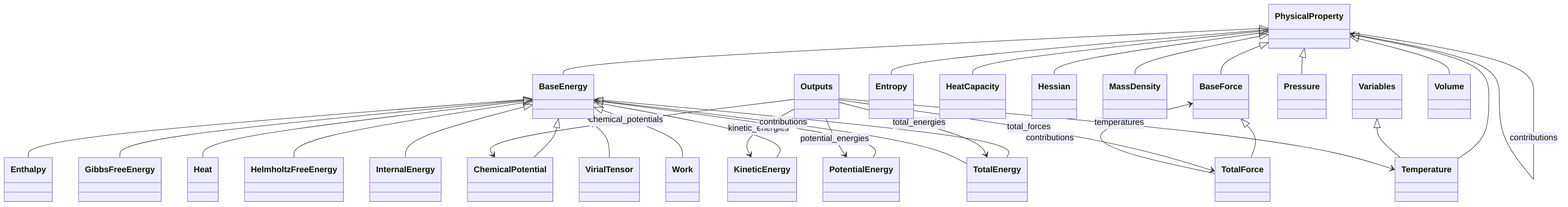
FAIRmat-NFDI/nomad-simulations keeps this Mermaid diagram as docs/assets/diagrams/thermodynamics_0.png. Above is the earlier version. Its source is kept beside it as docs/assets/diagrams/thermodynamics_0.png.mmd.
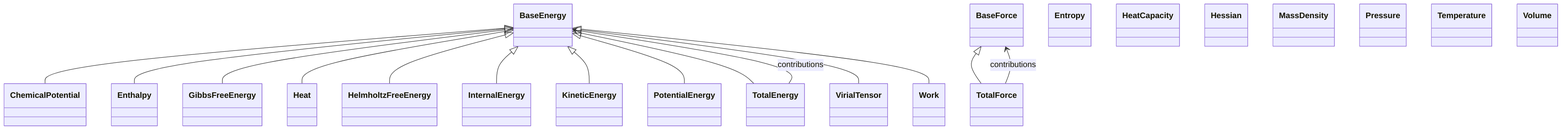
After the commit.

Diff of the diagram source:
```diff
@@ -12,45 +12,25 @@
     class InternalEnergy
     class KineticEnergy
     class MassDensity
-    class Outputs
-    class PhysicalProperty
     class PotentialEnergy
     class Pressure
     class Temperature
     class TotalEnergy
     class TotalForce
-    class Variables
     class VirialTensor
     class Volume
     class Work
-    PhysicalProperty <|-- BaseEnergy
-    PhysicalProperty <|-- BaseForce
     BaseEnergy <|-- ChemicalPotential
     BaseEnergy <|-- Enthalpy
-    PhysicalProperty <|-- Entropy
     BaseEnergy <|-- GibbsFreeEnergy
     BaseEnergy <|-- Heat
-    PhysicalProperty <|-- HeatCapacity
     BaseEnergy <|-- HelmholtzFreeEnergy
-    PhysicalProperty <|-- Hessian
     BaseEnergy <|-- InternalEnergy
     BaseEnergy <|-- KineticEnergy
-    PhysicalProperty <|-- MassDensity
     BaseEnergy <|-- PotentialEnergy
-    PhysicalProperty <|-- Pressure
-    PhysicalProperty <|-- Temperature
-    Variables <|-- Temperature
     BaseEnergy <|-- TotalEnergy
     BaseForce <|-- TotalForce
     BaseEnergy <|-- VirialTensor
-    PhysicalProperty <|-- Volume
     BaseEnergy <|-- Work
-    Outputs --> ChemicalPotential : chemical_potentials
-    Outputs --> KineticEnergy : kinetic_energies
-    Outputs --> PotentialEnergy : potential_energies
-    Outputs --> Temperature : temperatures
-    Outputs --> TotalEnergy : total_energies
-    Outputs --> TotalForce : total_forces
-    PhysicalProperty --> PhysicalProperty : contributions
     TotalEnergy --> BaseEnergy : contributions
     TotalForce --> BaseForce : contributions
```
